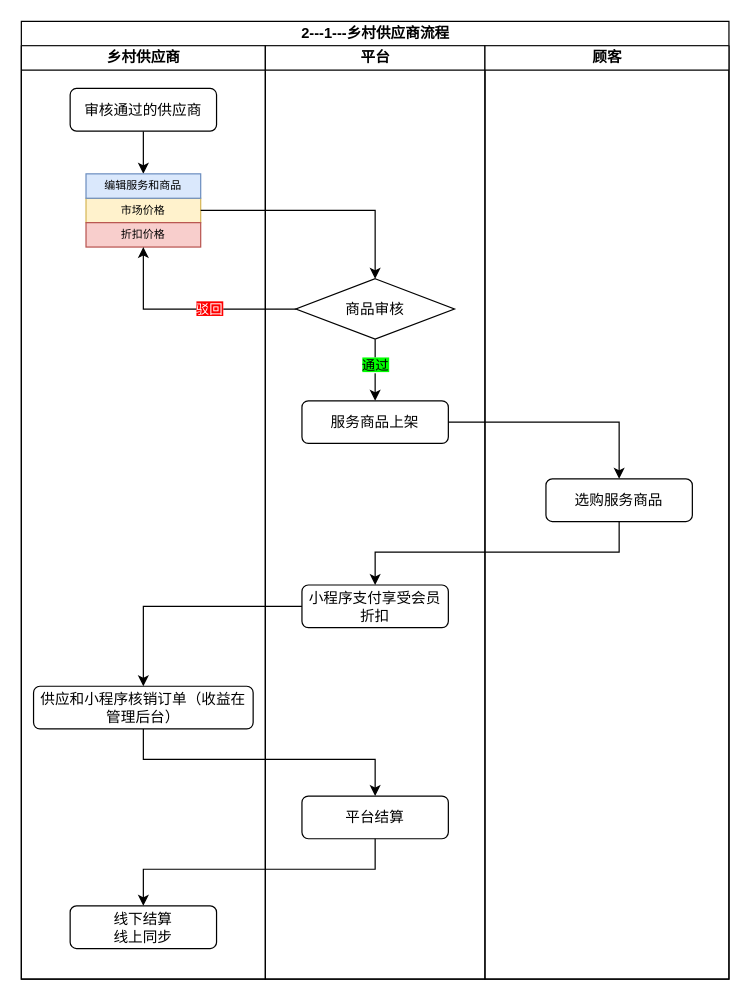
This is page "2-1-2-上架服务商品流程" (2 of 7) of Graph/2-1-乡村供应商流程.drawio from ManGuo/HealthFarm, a draw.io file, before an edit. Source tidied: cells renumbered, new cells numbered last; positions are measured from the earlier drawing's top-left corner, leaving out a move shared by most shapes. Both pictures are drawn from the tidied source at 122%, with x=0, y=0 at pixel (21, 21).
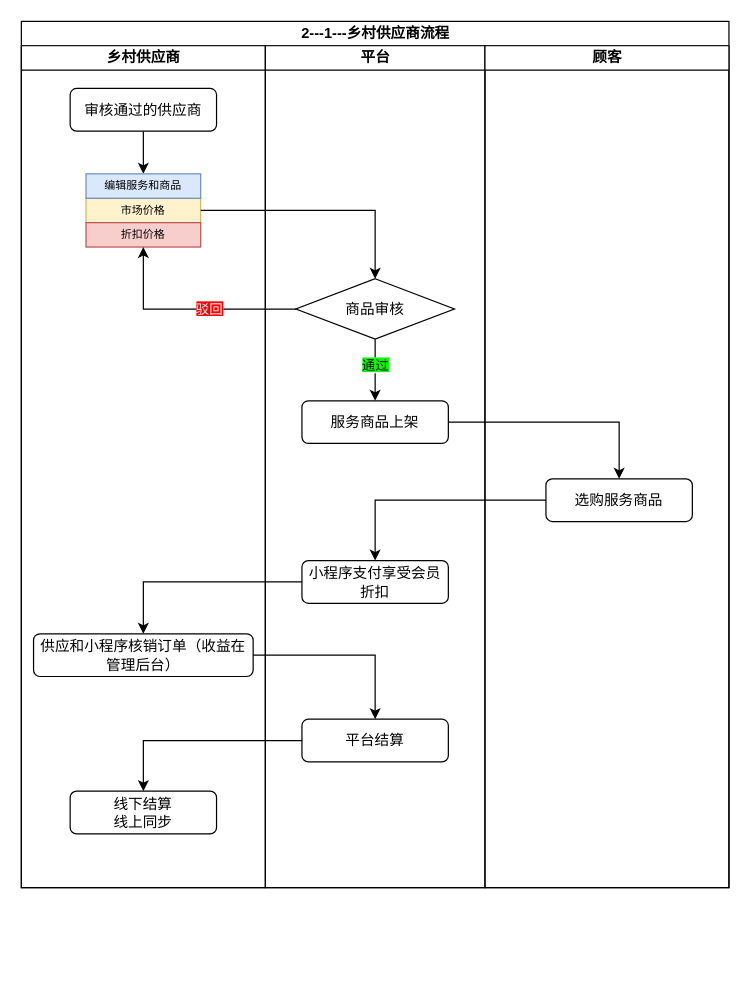
After the change.

Unchanged cells that the change refers to:
```xml
<mxCell id="19" value="选购服务商品" style="rounded=1;whiteSpace=wrap;html=1;" parent="18" vertex="1">
  <mxGeometry x="50" y="355" width="120" height="35" as="geometry" />
</mxCell>
```

The edit, as a diff of the source:
```diff
@@
     <mxCell id="2" value="2---1---乡村供应商流程" style="swimlane;startSize=20;html=1;" parent="1" vertex="1">
-      <mxGeometry width="580" height="785" as="geometry" />
+      <mxGeometry width="580" height="710" as="geometry" />
     </mxCell>
     <mxCell id="3" value="乡村供应商" style="swimlane;startSize=20;html=1;" parent="2" vertex="1">
-      <mxGeometry y="20" width="200" height="765" as="geometry" />
+      <mxGeometry y="20" width="200" height="690" as="geometry" />
     </mxCell>
@@
     <mxCell id="9" value="供应和小程序核销订单（收益在管理后台）" style="rounded=1;whiteSpace=wrap;html=1;" parent="3" vertex="1">
-      <mxGeometry x="10" y="525" width="180" height="35" as="geometry" />
+      <mxGeometry x="10" y="482" width="180" height="35" as="geometry" />
     </mxCell>
     <mxCell id="10" value="线下结算&lt;br&gt;线上同步" style="rounded=1;whiteSpace=wrap;html=1;" parent="3" vertex="1">
-      <mxGeometry x="40" y="705" width="120" height="35" as="geometry" />
+      <mxGeometry x="40" y="611" width="120" height="35" as="geometry" />
     </mxCell>
     <mxCell id="11" value="平台" style="swimlane;startSize=20;html=1;" parent="2" vertex="1">
-      <mxGeometry x="200" y="20" width="180" height="765" as="geometry" />
+      <mxGeometry x="200" y="20" width="180" height="690" as="geometry" />
     </mxCell>
@@
     <mxCell id="16" value="小程序支付享受会员折扣" style="rounded=1;whiteSpace=wrap;html=1;" parent="11" vertex="1">
-      <mxGeometry x="30" y="442" width="120" height="35" as="geometry" />
+      <mxGeometry x="30" y="422" width="120" height="35" as="geometry" />
     </mxCell>
     <mxCell id="17" value="平台结算" style="rounded=1;whiteSpace=wrap;html=1;" parent="11" vertex="1">
-      <mxGeometry x="30" y="615" width="120" height="35" as="geometry" />
+      <mxGeometry x="30" y="552" width="120" height="35" as="geometry" />
     </mxCell>
     <mxCell id="18" value="顾客" style="swimlane;startSize=20;html=1;" parent="2" vertex="1">
-      <mxGeometry x="380" y="20" width="200" height="765" as="geometry" />
+      <mxGeometry x="380" y="20" width="200" height="690" as="geometry" />
     </mxCell>
@@
-    <mxCell id="24" style="edgeStyle=orthogonalEdgeStyle;rounded=0;jettySize=auto;html=1;entryX=0.5;entryY=0;entryDx=0;entryDy=0;" parent="2" edge="1" source="19" target="16">
+    <mxCell id="24" style="edgeStyle=orthogonalEdgeStyle;rounded=0;jettySize=auto;html=1;entryX=0.5;entryY=0;entryDx=0;entryDy=0;exitX=0;exitY=0.5;exitDx=0;exitDy=0;" parent="2" edge="1" source="19" target="16">
       <mxGeometry relative="1" as="geometry">
         <Array as="points">
-          <mxPoint x="490" y="435" />
-          <mxPoint x="290" y="435" />
+          <mxPoint x="290" y="393" />
         </Array>
       </mxGeometry>
     </mxCell>
-    <mxCell id="25" style="edgeStyle=orthogonalEdgeStyle;rounded=0;jettySize=auto;html=1;entryX=0.5;entryY=0;entryDx=0;entryDy=0;" parent="2" edge="1" source="16" target="9">
+    <mxCell id="25" style="edgeStyle=orthogonalEdgeStyle;rounded=0;jettySize=auto;html=1;entryX=0.5;entryY=0;entryDx=0;entryDy=0;exitX=0;exitY=0.5;exitDx=0;exitDy=0;" parent="2" edge="1" source="16" target="9">
       <mxGeometry relative="1" as="geometry" />
     </mxCell>
-    <mxCell id="26" style="edgeStyle=orthogonalEdgeStyle;rounded=0;jettySize=auto;html=1;" parent="2" edge="1" source="9" target="17">
+    <mxCell id="26" style="edgeStyle=orthogonalEdgeStyle;rounded=0;jettySize=auto;html=1;exitX=1;exitY=0.5;exitDx=0;exitDy=0;" parent="2" edge="1" source="9" target="17">
       <mxGeometry relative="1" as="geometry">
         <Array as="points">
-          <mxPoint x="100" y="605" />
-          <mxPoint x="290" y="605" />
+          <mxPoint x="290" y="520" />
         </Array>
       </mxGeometry>
     </mxCell>
-    <mxCell id="27" style="edgeStyle=orthogonalEdgeStyle;rounded=0;jettySize=auto;html=1;entryX=0.5;entryY=0;entryDx=0;entryDy=0;" parent="2" edge="1" source="17" target="10">
+    <mxCell id="27" style="edgeStyle=orthogonalEdgeStyle;rounded=0;jettySize=auto;html=1;entryX=0.5;entryY=0;entryDx=0;entryDy=0;exitX=0;exitY=0.5;exitDx=0;exitDy=0;" parent="2" edge="1" source="17" target="10">
       <mxGeometry relative="1" as="geometry">
         <Array as="points">
-          <mxPoint x="290" y="695" />
-          <mxPoint x="100" y="695" />
+          <mxPoint x="100" y="590" />
         </Array>
       </mxGeometry>
     </mxCell>
```
